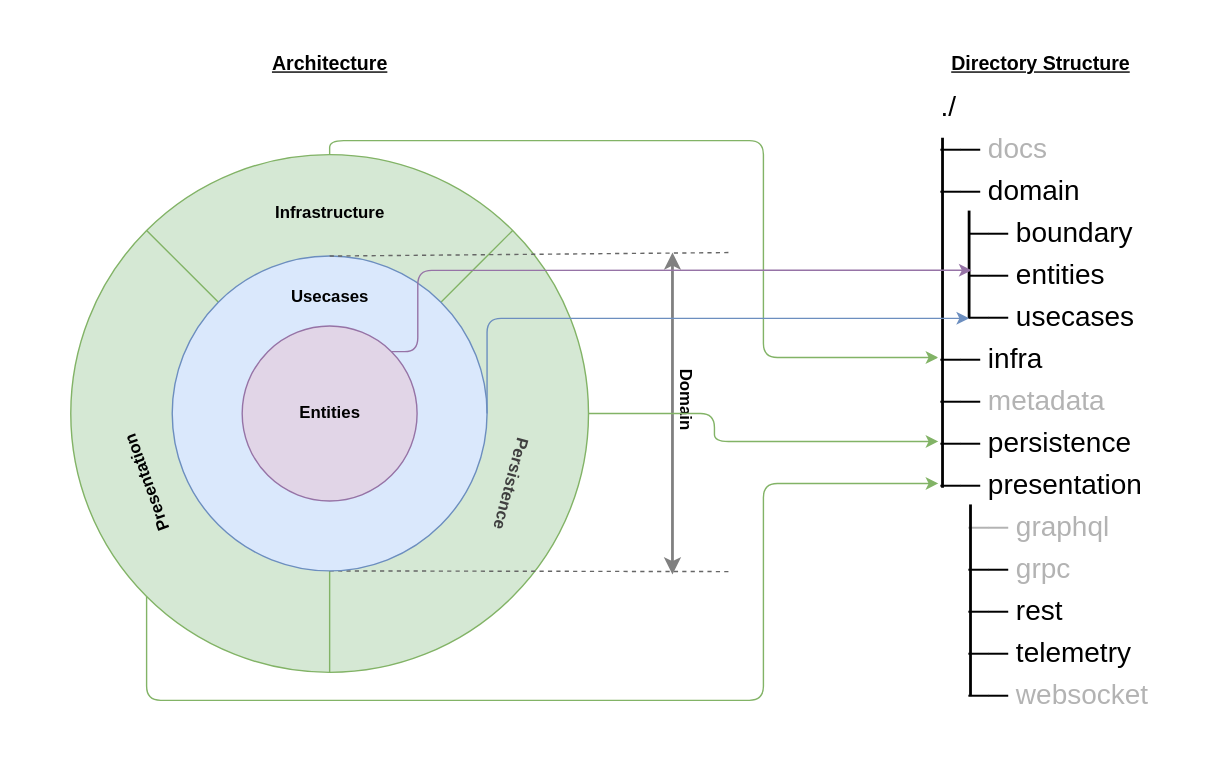
This is docs/img/clean_arch_dir_mapping.drawio.svg from kosatnkn/catalyst, a draw.io export, as it was before one commit. Source tidied: cells renumbered, new cells last; positions are measured from the earlier drawing's top-left corner, leaving out a move shared by most shapes.
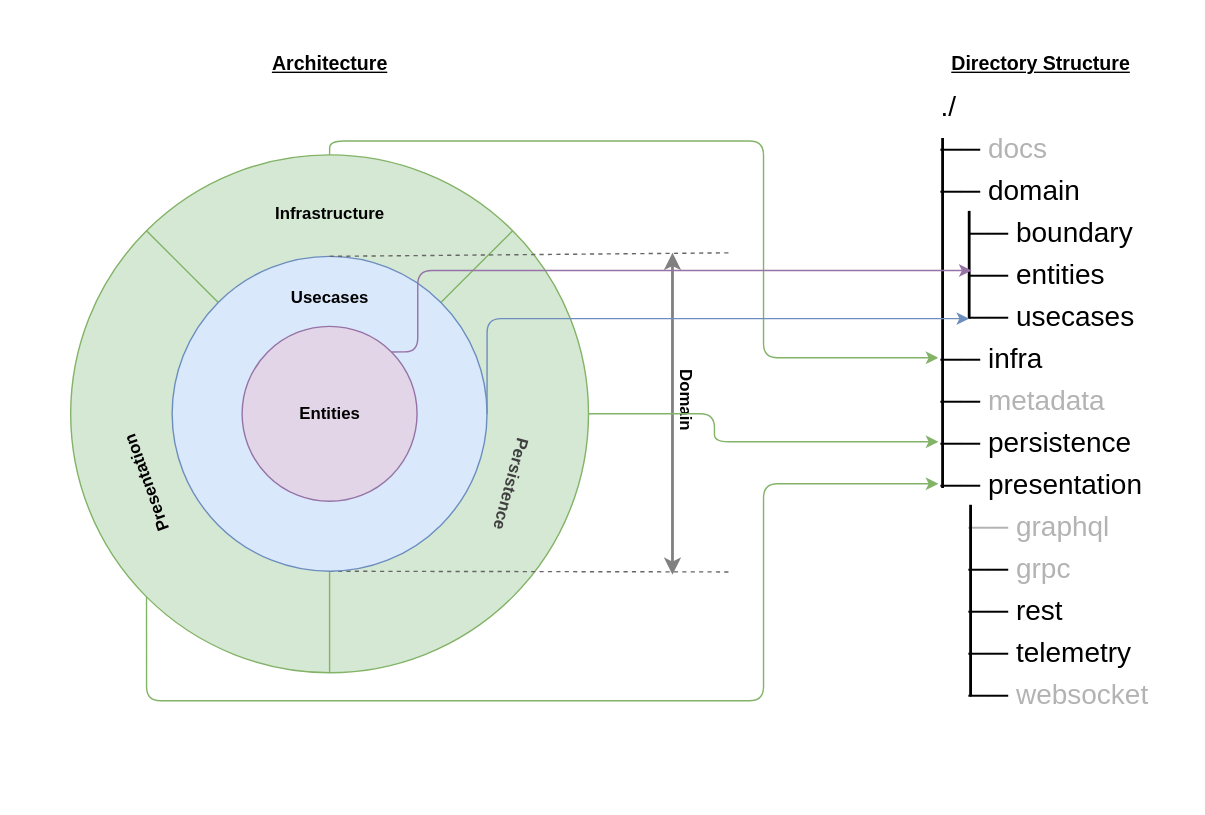
The same file after the commit.

The edit, as a diff of the source:
```diff
@@ -1,13 +1,13 @@
-<mxGraphModel background="#ffffff">
+<mxGraphModel>
   <root>
     <mxCell id="0" />
     <mxCell id="1" parent="0" />
-    <mxCell id="2" style="whiteSpace=wrap;html=1;strokeColor=#FFFFFF;" parent="1" vertex="1">
-      <mxGeometry width="860" height="550" as="geometry" />
-    </mxCell>
     <mxCell id="3" style="group;" parent="1" vertex="1">
-      <mxGeometry x="50" y="110" width="390" height="370" as="geometry" />
+      <mxGeometry x="50" y="110" width="810" height="470" as="geometry" />
     </mxCell>
+    <mxCell id="46" style="rounded=1;whiteSpace=wrap;html=1;arcSize=1;strokeColor=#FFFFFF;" parent="3" vertex="1">
+      <mxGeometry x="-50" y="-110" width="860" height="580" as="geometry" />
+    </mxCell>
     <mxCell id="4" style="ellipse;whiteSpace=wrap;html=1;fillColor=#d5e8d4;strokeColor=#82b366;" parent="3" vertex="1">
       <mxGeometry width="370" height="370" as="geometry" />
     </mxCell>
```
